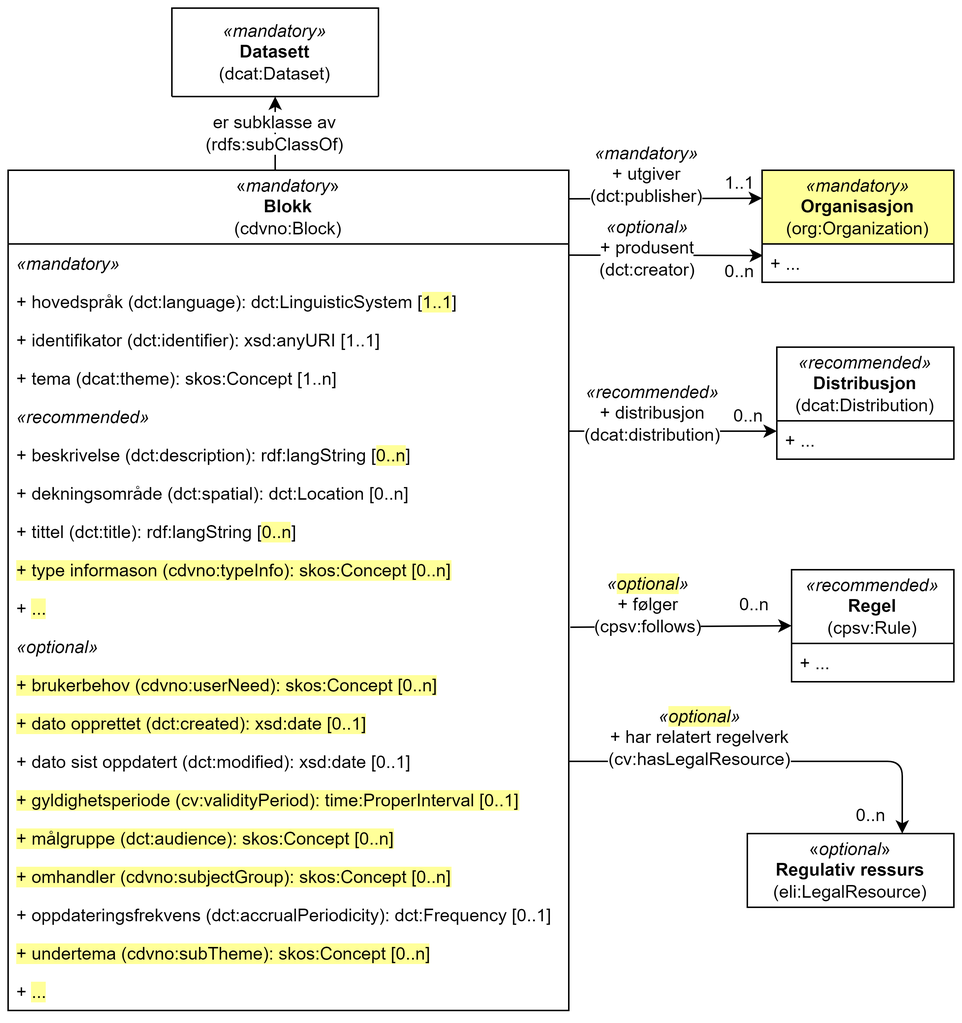
Informasjonsforvaltning/cdvno keeps this draw.io diagram as docs/images/cdvno-block.png. Above is the earlier version. Source tidied: cells renumbered, new cells last; positions are measured from the earlier drawing's top-left corner, leaving out a move shared by most shapes.
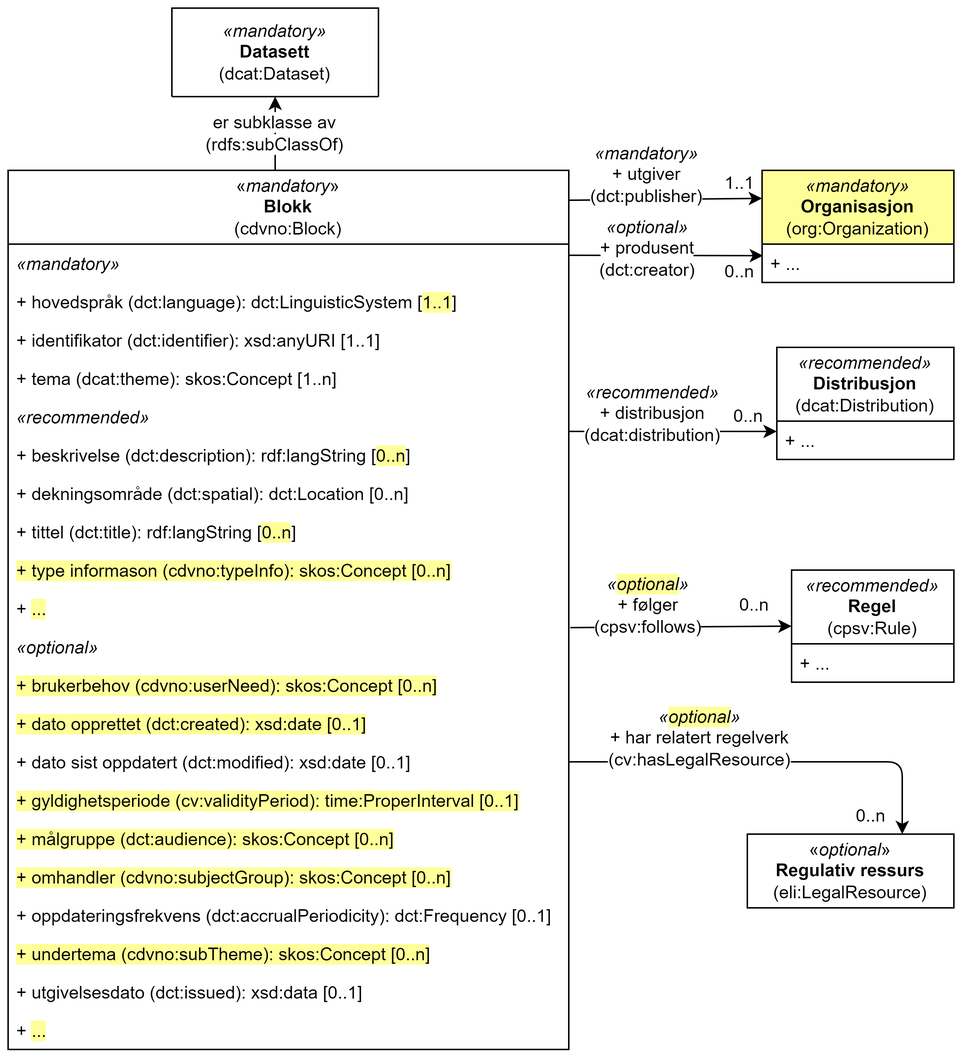
Above is the later version.

Commit message:
føye til valgfri dct:issued i cdvno:Block

What changed in the source:
```diff
@@ -53,7 +53,7 @@
       <mxGeometry x="128" y="60" width="106" height="50" as="geometry" />
     </mxCell>
     <mxCell id="18" value="«&lt;i&gt;mandatory&lt;/i&gt;»&lt;br&gt;&lt;b&gt;Blokk&lt;br&gt;&lt;/b&gt;(cdvno:Block)" style="swimlane;fontStyle=0;horizontal=1;startSize=50;fillColor=none;whiteSpace=wrap;html=1;" parent="1" vertex="1">
-      <mxGeometry y="110" width="380" height="570" as="geometry" />
+      <mxGeometry y="110" width="380" height="596" as="geometry" />
     </mxCell>
     <mxCell id="19" value="&lt;i&gt;«mandatory»&lt;/i&gt;" style="text;strokeColor=none;fillColor=none;align=left;verticalAlign=top;spacingLeft=4;spacingRight=4;overflow=hidden;points=[[0,0.5],[1,0.5]];portConstraint=eastwest;whiteSpace=wrap;html=1;" parent="18" vertex="1">
       <mxGeometry y="50" width="380" height="26" as="geometry" />
@@ -112,8 +112,11 @@
     <mxCell id="37" value="&lt;span style=&quot;background-color: rgb(255, 255, 153);&quot;&gt;+ undertema (cdvno:subTheme): skos:Concept [0..n]&lt;/span&gt;" style="text;strokeColor=none;fillColor=none;align=left;verticalAlign=top;spacingLeft=4;spacingRight=4;overflow=hidden;whiteSpace=wrap;html=1;" parent="18" vertex="1">
       <mxGeometry y="518" width="380" height="26" as="geometry" />
     </mxCell>
+    <mxCell id="48" value="+ utgivelsesdato (dct:issued): xsd:data [0..1]" style="text;strokeColor=none;fillColor=none;align=left;verticalAlign=top;spacingLeft=4;spacingRight=4;overflow=hidden;whiteSpace=wrap;html=1;" parent="18" vertex="1">
+      <mxGeometry y="544" width="380" height="26" as="geometry" />
+    </mxCell>
     <mxCell id="38" value="+ &lt;span style=&quot;background-color: rgb(255, 255, 153);&quot;&gt;...&lt;/span&gt;" style="text;strokeColor=none;fillColor=none;align=left;verticalAlign=top;spacingLeft=4;spacingRight=4;overflow=hidden;whiteSpace=wrap;html=1;" parent="18" vertex="1">
-      <mxGeometry y="544" width="380" height="26" as="geometry" />
+      <mxGeometry y="570" width="380" height="26" as="geometry" />
     </mxCell>
     <mxCell id="39" value="&lt;i style=&quot;border-color: var(--border-color);&quot;&gt;«recommended»&lt;/i&gt;&lt;br style=&quot;border-color: var(--border-color);&quot;&gt;&lt;b style=&quot;border-color: var(--border-color);&quot;&gt;Regel&lt;br style=&quot;border-color: var(--border-color);&quot;&gt;&lt;/b&gt;(cpsv:Rule)" style="swimlane;fontStyle=0;horizontal=1;startSize=50;fillColor=none;whiteSpace=wrap;html=1;" parent="1" vertex="1">
       <mxGeometry x="531" y="381" width="110" height="76" as="geometry" />
```
